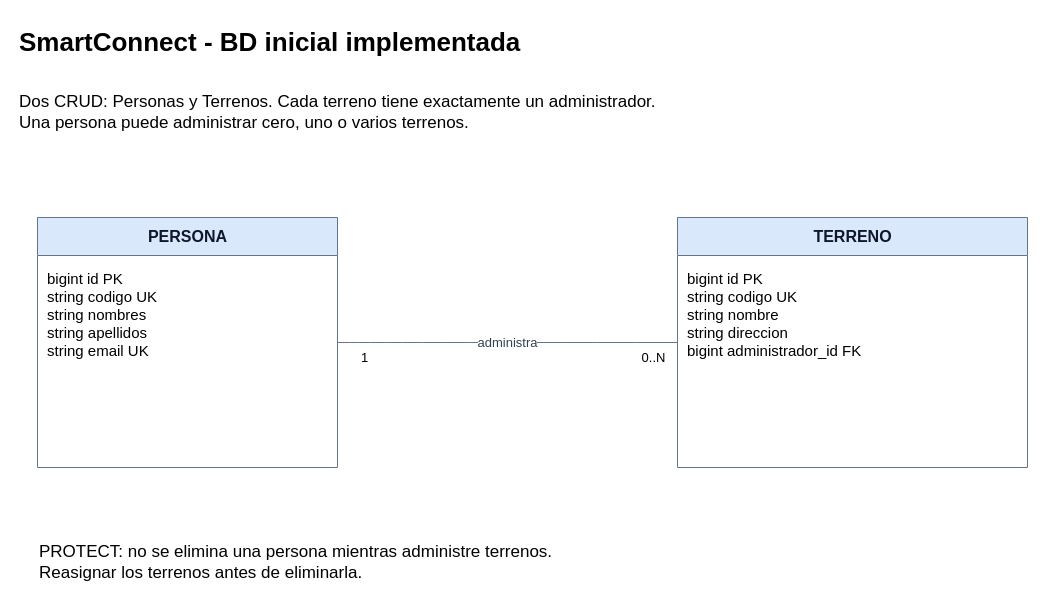
Before: page "BD inicial implementada" (2 of 2) of er/SmartConnect_ER_v1.drawio in amaruprog14/smartconnect, a draw.io diagram. Source tidied: cells renumbered, new cells numbered last; positions are measured from the earlier drawing's top-left corner, leaving out a move shared by most shapes. Both pictures are drawn from the tidied source at 100%, with x=0, y=0 at pixel (17, 17).
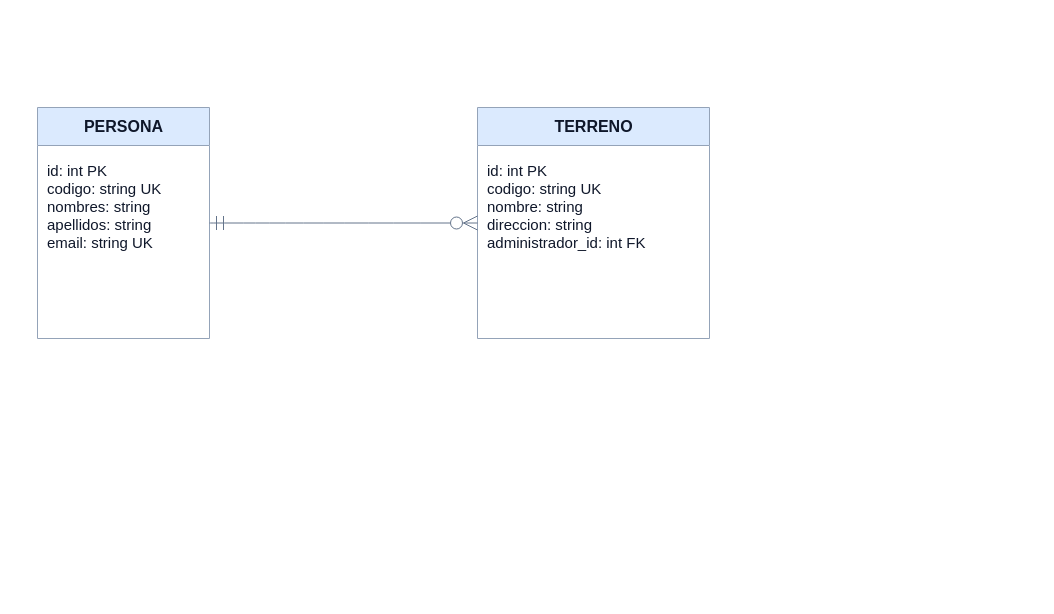
The same page after the edit.

What changed in the source:
```diff
@@
 <mxGraphModel>
   <root>
     <mxCell id="0" />
     <mxCell id="1" parent="0" />
-    <mxCell id="2" value="&lt;b&gt;SmartConnect - BD inicial implementada&lt;/b&gt;" style="text;html=1;strokeColor=none;fillColor=none;align=left;verticalAlign=middle;whiteSpace=wrap;rounded=0;fontSize=26;" parent="1" vertex="1">
-      <mxGeometry width="1000" height="50" as="geometry" />
-    </mxCell>
-    <mxCell id="3" value="Dos CRUD: Personas y Terrenos. Cada terreno tiene exactamente un administrador.&lt;br&gt;Una persona puede administrar cero, uno o varios terrenos." style="text;html=1;strokeColor=none;fillColor=none;align=left;verticalAlign=middle;whiteSpace=wrap;rounded=0;fontSize=17;" parent="1" vertex="1">
-      <mxGeometry y="60" width="1000" height="70" as="geometry" />
-    </mxCell>
-    <mxCell id="4" value="PERSONA" style="swimlane;html=1;startSize=38;horizontal=1;rounded=0;fillColor=#dae8fc;swimlaneFillColor=#ffffff;strokeColor=#64748b;fontColor=#0f172a;fontSize=16;fontStyle=1;align=center;" parent="1" vertex="1">
-      <mxGeometry x="20" y="200" width="300" height="250" as="geometry" />
+    <mxCell id="4" value="PERSONA" style="swimlane;html=1;startSize=38;horizontal=1;rounded=0;fillColor=#dbeafe;swimlaneFillColor=#ffffff;strokeColor=#94a3b8;fontColor=#0f172a;fontSize=16;fontStyle=1;align=center;" parent="1" vertex="1">
+      <mxGeometry x="20" y="90" width="172" height="231" as="geometry" />
     </mxCell>
-    <mxCell id="5" value="bigint id PK&lt;br&gt;string codigo UK&lt;br&gt;string nombres&lt;br&gt;string apellidos&lt;br&gt;string email UK" style="text;html=1;strokeColor=none;fillColor=none;align=left;verticalAlign=top;whiteSpace=wrap;spacing=10;fontSize=15;fontStyle=0;" parent="4" vertex="1">
-      <mxGeometry y="38" width="300" height="212" as="geometry" />
-    </mxCell>
+    <mxCell id="12" value="id: int PK&lt;br&gt;codigo: string UK&lt;br&gt;nombres: string&lt;br&gt;apellidos: string&lt;br&gt;email: string UK" style="text;html=1;strokeColor=none;fillColor=none;align=left;verticalAlign=top;whiteSpace=wrap;spacing=10;spacingTop=2;fontSize=15;fontStyle=0;fontColor=#0f172a;" parent="4" vertex="1">
+      <mxGeometry y="38" width="172" height="193" as="geometry" />
+    </mxCell>
-    <mxCell id="6" value="TERRENO" style="swimlane;html=1;startSize=38;horizontal=1;rounded=0;fillColor=#dae8fc;swimlaneFillColor=#ffffff;strokeColor=#64748b;fontColor=#0f172a;fontSize=16;fontStyle=1;align=center;" parent="1" vertex="1">
-      <mxGeometry x="660" y="200" width="350" height="250" as="geometry" />
+    <mxCell id="6" value="TERRENO" style="swimlane;html=1;startSize=38;horizontal=1;rounded=0;fillColor=#dbeafe;swimlaneFillColor=#ffffff;strokeColor=#94a3b8;fontColor=#0f172a;fontSize=16;fontStyle=1;align=center;" parent="1" vertex="1">
+      <mxGeometry x="460" y="90" width="232" height="231" as="geometry" />
     </mxCell>
-    <mxCell id="7" value="bigint id PK&lt;br&gt;string codigo UK&lt;br&gt;string nombre&lt;br&gt;string direccion&lt;br&gt;bigint administrador_id FK" style="text;html=1;strokeColor=none;fillColor=none;align=left;verticalAlign=top;whiteSpace=wrap;spacing=10;fontSize=15;fontStyle=0;" parent="6" vertex="1">
-      <mxGeometry y="38" width="350" height="212" as="geometry" />
-    </mxCell>
+    <mxCell id="13" value="id: int PK&lt;br&gt;codigo: string UK&lt;br&gt;nombre: string&lt;br&gt;direccion: string&lt;br&gt;administrador_id: int FK" style="text;html=1;strokeColor=none;fillColor=none;align=left;verticalAlign=top;whiteSpace=wrap;spacing=10;spacingTop=2;fontSize=15;fontStyle=0;fontColor=#0f172a;" parent="6" vertex="1">
+      <mxGeometry y="38" width="232" height="193" as="geometry" />
+    </mxCell>
-    <mxCell id="8" value="administra" style="curved=1;rounded=1;html=1;endArrow=none;startArrow=none;strokeColor=#64748b;fontColor=#334155;fontSize=13;labelBackgroundColor=#ffffff;" parent="1" edge="1" source="4" target="6">
+    <mxCell id="8" style="curved=1;rounded=1;html=1;startArrow=ERmandOne;endArrow=ERzeroToMany;startFill=0;endFill=0;startSize=12;endSize=12;strokeColor=#64748b;" parent="1" edge="1" source="4" target="6">
       <mxGeometry relative="1" as="geometry" />
     </mxCell>
-    <mxCell id="9" value="1" style="edgeLabel;html=1;align=center;verticalAlign=middle;fontSize=13;labelBackgroundColor=#ffffff;" parent="8" vertex="1">
-      <mxGeometry x="-0.85" y="-14" relative="1" as="geometry" />
-    </mxCell>
-    <mxCell id="10" value="0..N" style="edgeLabel;html=1;align=center;verticalAlign=middle;fontSize=13;labelBackgroundColor=#ffffff;" parent="8" vertex="1">
-      <mxGeometry x="0.85" y="-14" relative="1" as="geometry" />
-    </mxCell>
-    <mxCell id="11" value="PROTECT: no se elimina una persona mientras administre terrenos.&lt;br&gt;Reasignar los terrenos antes de eliminarla." style="text;html=1;strokeColor=none;fillColor=none;align=left;verticalAlign=middle;whiteSpace=wrap;rounded=0;fontSize=17;" parent="1" vertex="1">
-      <mxGeometry x="20" y="510" width="1000" height="70" as="geometry" />
-    </mxCell>
   </root>
 </mxGraphModel>
```
